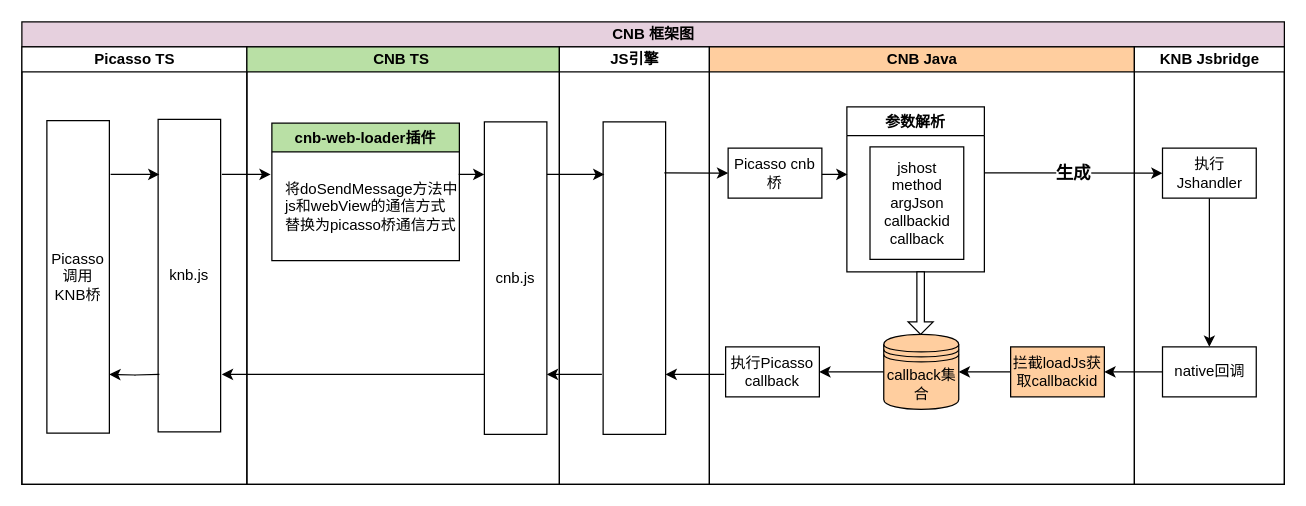
This is page "Ã§Â¬Â¬ 2 Ã©Â¡Âµ" (2 of 2) of cnb框架图.drawio from hpk1994/chart, a draw.io file, before an edit. Source tidied: cells renumbered, new cells numbered last; positions are measured from the earlier drawing's top-left corner, leaving out a move shared by most shapes. Both pictures are drawn from the tidied source at 125%, with x=0, y=0 at pixel (21, 21).
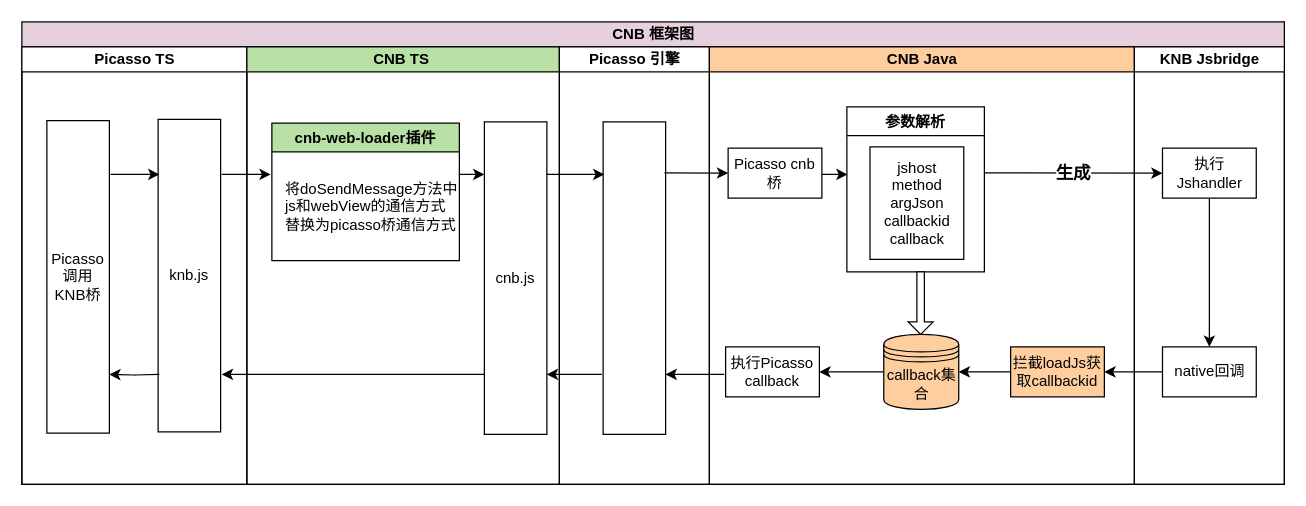
The same page after the edit.

The change refers to these unchanged cells:
```xml
<mxCell id="2" value="CNB 框架图" style="swimlane;html=1;startSize=20;fillColor=#E6D0DE;" parent="1" vertex="1">
  <mxGeometry width="1010" height="370" as="geometry" />
</mxCell>
```

Change to the diagram source:
```diff
@@
-    <mxCell id="10" value="JS引擎" style="swimlane;html=1;startSize=20;" parent="2" vertex="1">
+    <mxCell id="10" value="Picasso 引擎" style="swimlane;html=1;startSize=20;" parent="2" vertex="1">
       <mxGeometry x="430" y="20" width="120" height="350" as="geometry" />
     </mxCell>
```
